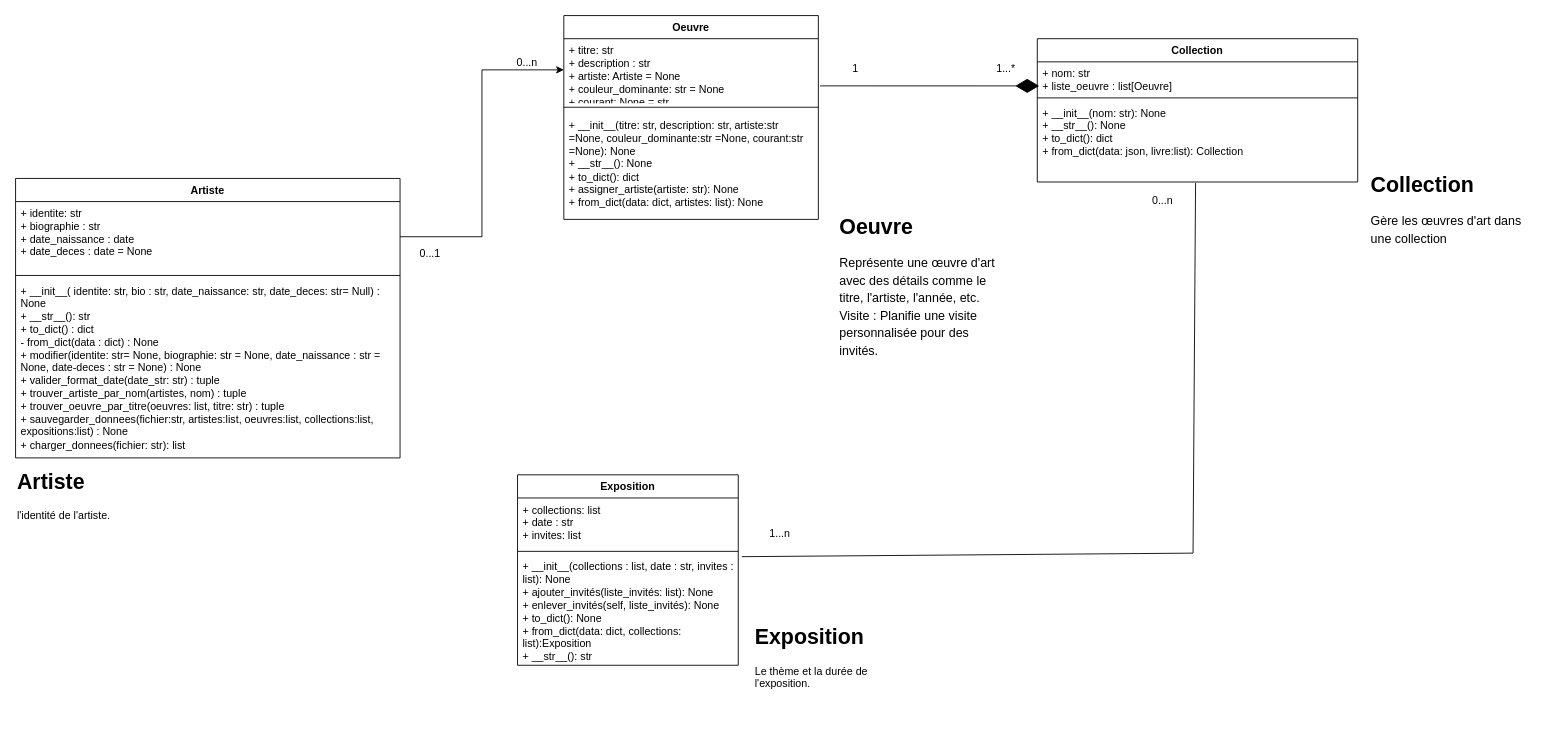
This is artefile_uml.drawio from akbarNz/projet_dev_ba2, a draw.io file, before an edit. Source tidied: cells renumbered, new cells numbered last; positions are measured from the earlier drawing's top-left corner, leaving out a move shared by most shapes. Both pictures are drawn from the tidied source at 89%, with x=0, y=0 at pixel (15, 15).
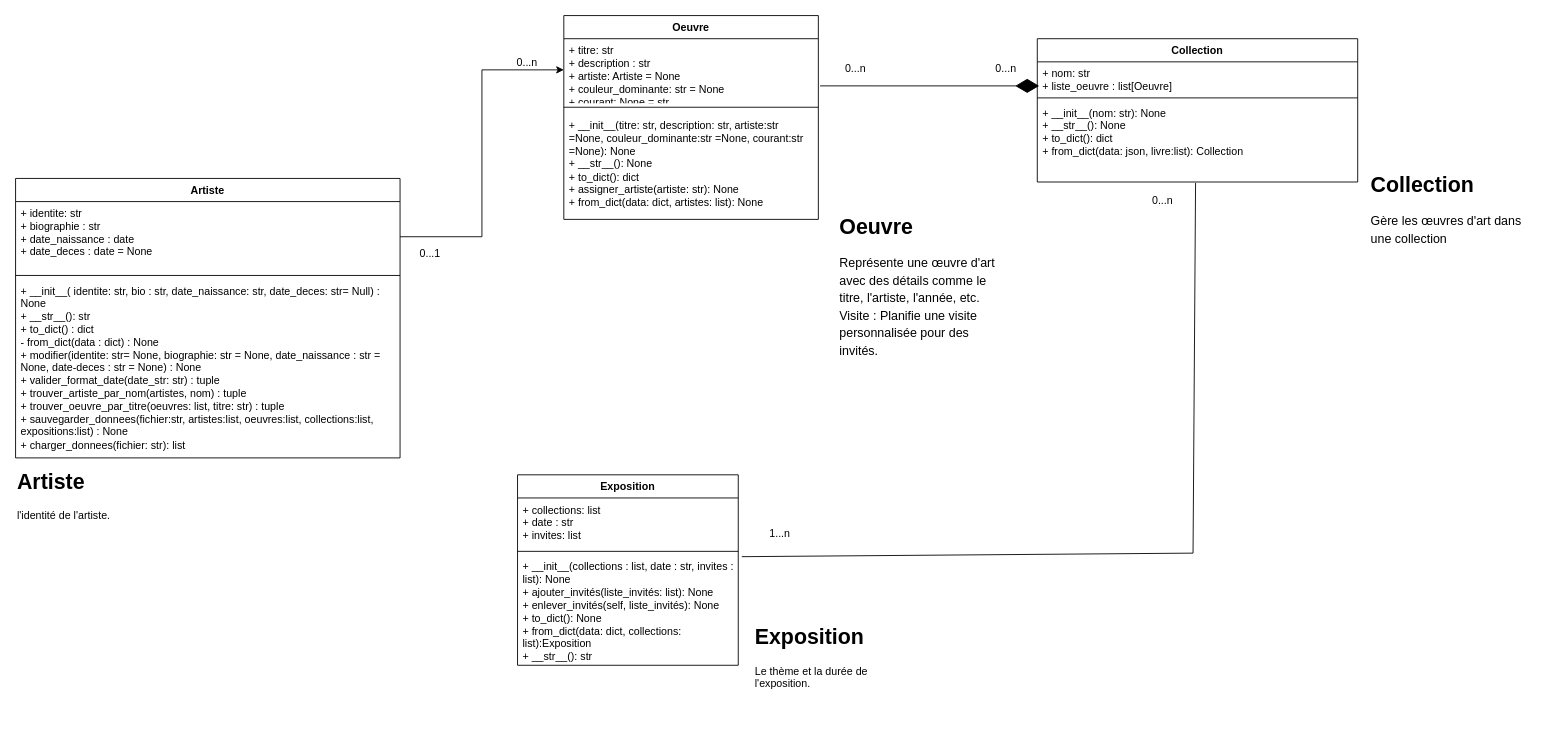
The same page after the edit.

Commit message:
Mettre à jour artefile_uml.drawio

Change to the diagram source:
```diff
@@
-    <mxCell id="22" value="1...*" style="text;html=1;align=center;verticalAlign=middle;whiteSpace=wrap;rounded=0;" parent="1" vertex="1">
+    <mxCell id="22" value="0...n" style="text;html=1;align=center;verticalAlign=middle;whiteSpace=wrap;rounded=0;" parent="1" vertex="1">
       <mxGeometry x="1083" y="45" width="60" height="30" as="geometry" />
     </mxCell>
-    <mxCell id="23" value="1" style="text;html=1;align=center;verticalAlign=middle;whiteSpace=wrap;rounded=0;" parent="1" vertex="1">
+    <mxCell id="23" value="0...n" style="text;html=1;align=center;verticalAlign=middle;whiteSpace=wrap;rounded=0;" parent="1" vertex="1">
       <mxGeometry x="914" y="45" width="60" height="30" as="geometry" />
     </mxCell>
```
